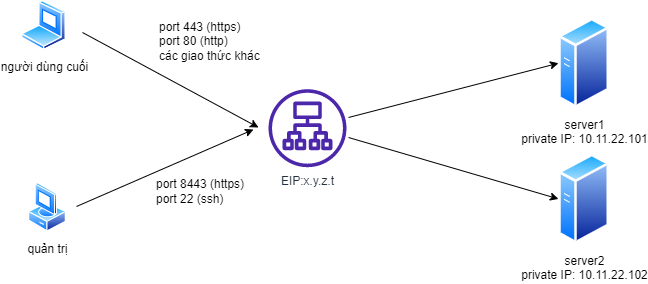
Earlier version of the draw.io export init/multi-nic.png (biennt/f5services-vtcloud). Source tidied: cells renumbered, new cells last; positions are measured from the earlier drawing's top-left corner, leaving out a move shared by most shapes. Source of this version:
```xml
<mxGraphModel>
  <root>
    <mxCell id="0" />
    <mxCell id="1" parent="0" />
    <mxCell id="2" value="server1&lt;br&gt;private IP: 10.11.22.101" style="perimeter=ellipsePerimeter;html=1;align=center;shadow=0;dashed=0;spacingTop=3;image;image=img/lib/active_directory/generic_server.svg;" parent="1" vertex="1">
      <mxGeometry x="537" y="17" width="51.2" height="91.4" as="geometry" />
    </mxCell>
    <mxCell id="3" value="EIP:x.y.z.t" style="sketch=0;fontColor=#232F3E;gradientColor=none;fillColor=#4D27AA;strokeColor=none;dashed=0;verticalLabelPosition=bottom;verticalAlign=top;align=center;html=1;fontSize=12;fontStyle=0;shape=mxgraph.aws4.application_load_balancer;" parent="1" vertex="1">
      <mxGeometry x="247" y="88.7" width="78" height="78" as="geometry" />
    </mxCell>
    <mxCell id="4" value="quản trị" style="perimeter=ellipsePerimeter;html=1;align=center;shadow=0;dashed=0;spacingTop=3;image;image=img/lib/active_directory/vista_client.svg;" parent="1" vertex="1">
      <mxGeometry x="7" y="182" width="38" height="50" as="geometry" />
    </mxCell>
    <mxCell id="5" value="người dùng cuối" style="perimeter=ellipsePerimeter;html=1;align=center;shadow=0;dashed=0;spacingTop=3;image;image=img/lib/active_directory/laptop_client.svg;" parent="1" vertex="1">
      <mxGeometry width="45" height="50" as="geometry" />
    </mxCell>
    <mxCell id="6" value="server2&lt;br style=&quot;border-color: var(--border-color);&quot;&gt;private IP: 10.11.22.102" style="perimeter=ellipsePerimeter;html=1;align=center;shadow=0;dashed=0;spacingTop=3;image;image=img/lib/active_directory/generic_server.svg;" parent="1" vertex="1">
      <mxGeometry x="537" y="152.7" width="51.2" height="91.4" as="geometry" />
    </mxCell>
    <mxCell id="7" style="endArrow=classic;html=1;rounded=0;" parent="1" edge="1">
      <mxGeometry relative="1" as="geometry">
        <mxPoint x="55" y="206" as="sourcePoint" />
        <mxPoint x="232" y="129" as="targetPoint" />
      </mxGeometry>
    </mxCell>
    <mxCell id="8" style="endArrow=classic;html=1;rounded=0;" parent="1" edge="1">
      <mxGeometry relative="1" as="geometry">
        <mxPoint x="61" y="32" as="sourcePoint" />
        <mxPoint x="237" y="127" as="targetPoint" />
      </mxGeometry>
    </mxCell>
    <mxCell id="9" style="endArrow=classic;html=1;rounded=0;entryX=0;entryY=0.5;entryDx=0;entryDy=0;" parent="1" edge="1" target="2">
      <mxGeometry relative="1" as="geometry">
        <mxPoint x="327" y="117" as="sourcePoint" />
      </mxGeometry>
    </mxCell>
    <mxCell id="10" style="endArrow=classic;html=1;rounded=0;entryX=0;entryY=0.5;entryDx=0;entryDy=0;" parent="1" edge="1" target="6">
      <mxGeometry relative="1" as="geometry">
        <mxPoint x="327" y="137" as="sourcePoint" />
      </mxGeometry>
    </mxCell>
    <mxCell id="11" value="port 443 (https)&lt;br&gt;port 80 (http)&lt;br&gt;các giao thức khác" style="text;html=1;strokeColor=none;fillColor=none;align=left;verticalAlign=middle;whiteSpace=wrap;rounded=0;" parent="1" vertex="1">
      <mxGeometry x="136" y="26" width="120" height="30" as="geometry" />
    </mxCell>
    <mxCell id="12" value="port 8443 (https)&lt;br&gt;port 22 (ssh)" style="text;html=1;strokeColor=none;fillColor=none;align=left;verticalAlign=middle;whiteSpace=wrap;rounded=0;" parent="1" vertex="1">
      <mxGeometry x="133" y="176" width="120" height="30" as="geometry" />
    </mxCell>
  </root>
</mxGraphModel>
```
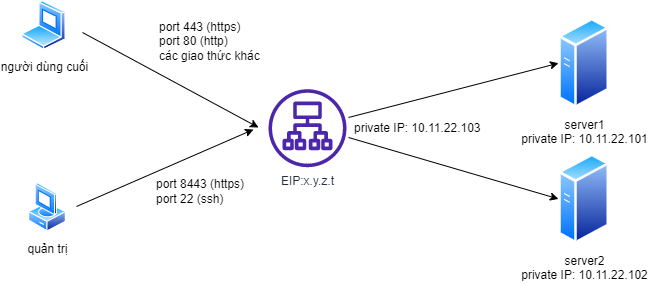
The same file after the commit.

Change to the diagram source:
```diff
@@ -45,5 +45,8 @@
     <mxCell id="12" value="port 8443 (https)&lt;br&gt;port 22 (ssh)" style="text;html=1;strokeColor=none;fillColor=none;align=left;verticalAlign=middle;whiteSpace=wrap;rounded=0;" parent="1" vertex="1">
       <mxGeometry x="133" y="176" width="120" height="30" as="geometry" />
     </mxCell>
+    <mxCell id="13" value="private IP: 10.11.22.103" style="text;html=1;strokeColor=none;fillColor=none;align=left;verticalAlign=middle;whiteSpace=wrap;rounded=0;" parent="1" vertex="1">
+      <mxGeometry x="331" y="112.7" width="185" height="30" as="geometry" />
+    </mxCell>
   </root>
 </mxGraphModel>
```
